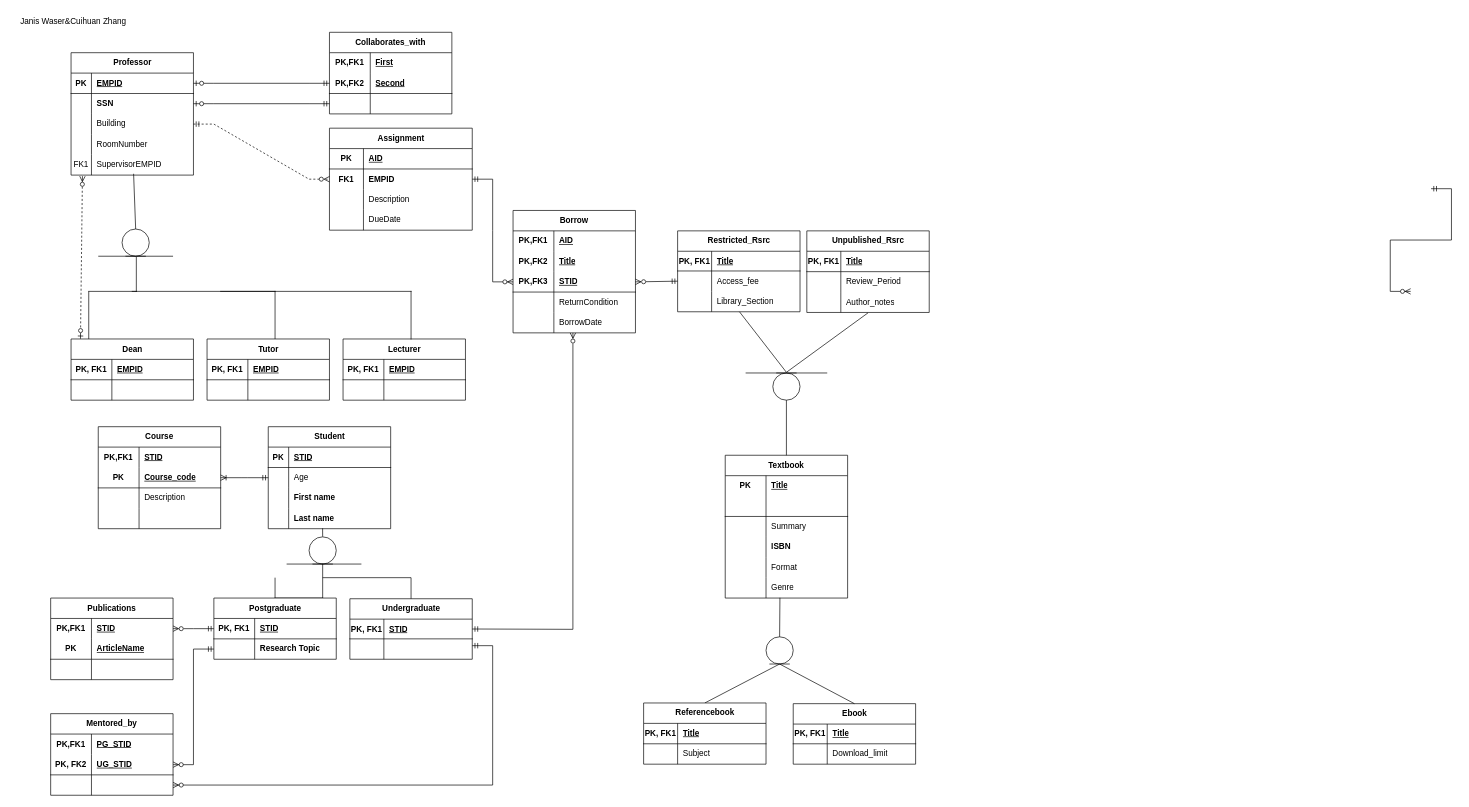
This is Homework2/DM-HW2_Janis_Waser_Cuihan_Zhang.drawio from us-ja/Data_Management, a draw.io file, before an edit. Source tidied: cells renumbered, new cells numbered last; positions are measured from the earlier drawing's top-left corner, leaving out a move shared by most shapes. Both pictures are drawn from the tidied source at 68%, with x=0, y=0 at pixel (3, -8).
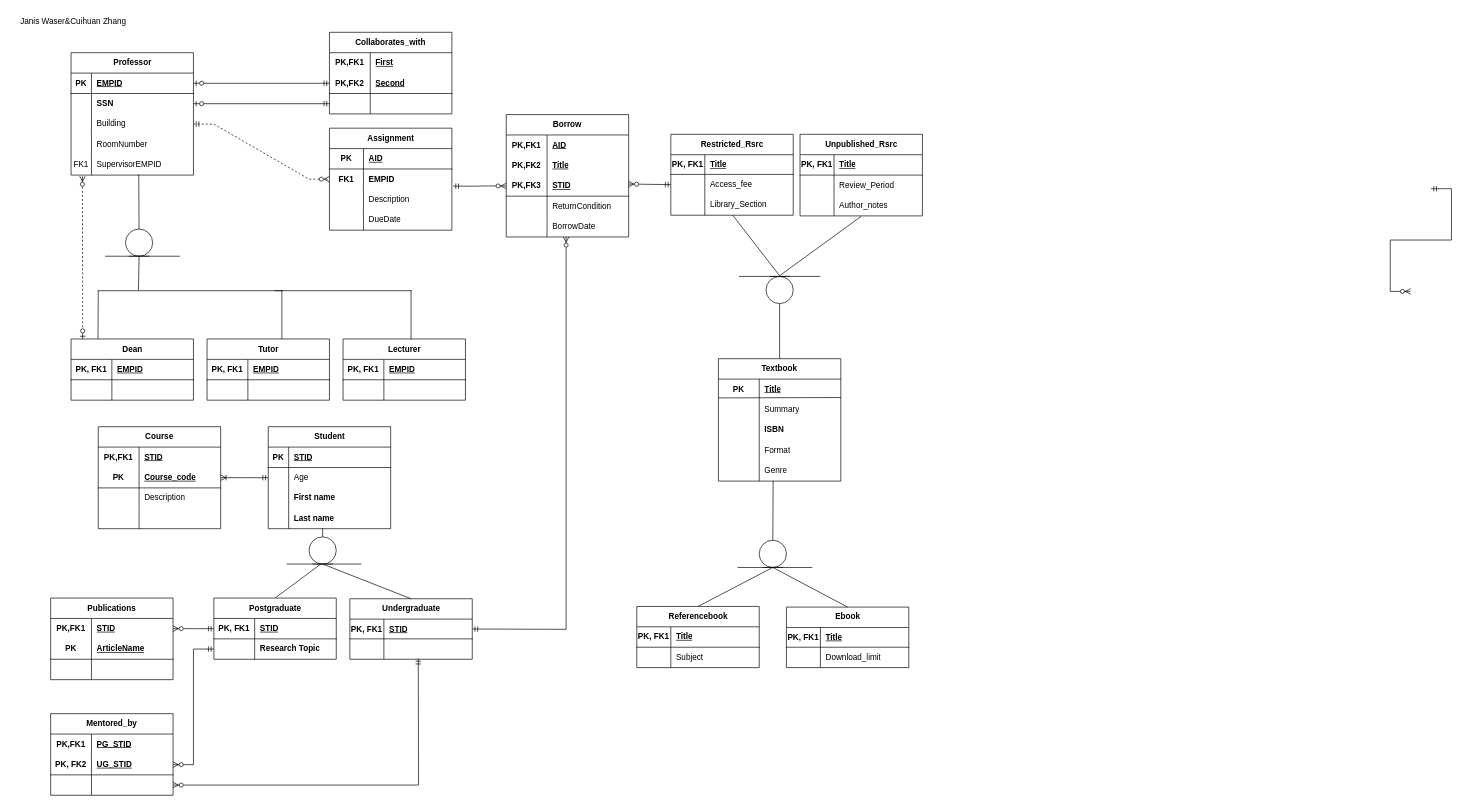
After the change.

Commit message:
small correctiosn and layout

Unchanged cells that the change refers to:
```xml
<mxCell id="28" style="shape=tableRow;horizontal=0;startSize=0;swimlaneHead=0;swimlaneBody=0;fillColor=none;points=[[0,0.5],[1,0.5]];portConstraint=eastwest;top=0;left=0;right=0;bottom=0;" parent="15" vertex="1">
  <mxGeometry y="150" width="180" height="30" as="geometry" />
</mxCell>
<mxCell id="32" value="Undergraduate" style="shape=table;startSize=30;childLayout=tableLayout;rowLines=0;fontStyle=1;align=center;html=1;" parent="1" vertex="1">
  <mxGeometry x="510" y="892" width="180" height="89" as="geometry" />
</mxCell>
<mxCell id="33" style="shape=tableRow;horizontal=0;startSize=0;swimlaneHead=0;swimlaneBody=0;fillColor=none;points=[[0,0.5],[1,0.5]];portConstraint=eastwest;top=0;left=0;right=0;bottom=1;" parent="32" vertex="1">
  <mxGeometry y="30" width="180" height="29" as="geometry" />
</mxCell>
<mxCell id="36" style="shape=tableRow;horizontal=0;startSize=0;swimlaneHead=0;swimlaneBody=0;fillColor=none;points=[[0,0.5],[1,0.5]];portConstraint=eastwest;top=0;left=0;right=0;bottom=0;" parent="32" vertex="1">
  <mxGeometry y="59" width="180" height="30" as="geometry" />
</mxCell>
<mxCell id="40" style="ellipse;shape=umlEntity;whiteSpace=wrap;html=1;" parent="1" vertex="1">
  <mxGeometry x="450" y="801" width="40" height="40" as="geometry" />
</mxCell>
<mxCell id="43" value="Postgraduate" style="shape=table;startSize=30;childLayout=tableLayout;rowLines=0;fontStyle=1;align=center;html=1;" parent="1" vertex="1">
  <mxGeometry x="310" y="891" width="180" height="90" as="geometry" />
</mxCell>
<mxCell id="56" value="Dean" style="shape=table;startSize=30;childLayout=tableLayout;rowLines=0;fontStyle=1;align=center;html=1;" parent="1" vertex="1">
  <mxGeometry x="100" y="510" width="180" height="90" as="geometry" />
</mxCell>
<mxCell id="138" style="shape=tableRow;horizontal=0;startSize=0;swimlaneHead=0;swimlaneBody=0;fillColor=none;points=[[0,0.5],[1,0.5]];portConstraint=eastwest;top=0;left=0;right=0;bottom=1;html=1;" parent="131" vertex="1">
  <mxGeometry y="90" width="180" height="30" as="geometry" />
</mxCell>
<mxCell id="144" style="shape=tableRow;horizontal=0;startSize=0;swimlaneHead=0;swimlaneBody=0;fillColor=none;points=[[0,0.5],[1,0.5]];portConstraint=eastwest;top=0;left=0;right=0;bottom=0;html=1;" parent="131" vertex="1">
  <mxGeometry y="150" width="180" height="30" as="geometry" />
</mxCell>
<mxCell id="148" style="shape=tableRow;horizontal=0;startSize=0;swimlaneHead=0;swimlaneBody=0;fillColor=none;points=[[0,0.5],[1,0.5]];portConstraint=eastwest;top=0;left=0;right=0;bottom=0;html=1;" parent="147" vertex="1">
  <mxGeometry y="30" width="180" height="30" as="geometry" />
</mxCell>
<mxCell id="190" style="shape=tableRow;horizontal=0;startSize=0;swimlaneHead=0;swimlaneBody=0;fillColor=none;points=[[0,0.5],[1,0.5]];portConstraint=eastwest;top=0;left=0;right=0;bottom=0;" parent="186" vertex="1">
  <mxGeometry y="59" width="180" height="30" as="geometry" />
</mxCell>
<mxCell id="193" style="shape=tableRow;horizontal=0;startSize=0;swimlaneHead=0;swimlaneBody=0;fillColor=none;points=[[0,0.5],[1,0.5]];portConstraint=eastwest;top=0;left=0;right=0;bottom=0;" parent="186" vertex="1">
  <mxGeometry y="89" width="180" height="30" as="geometry" />
</mxCell>
<mxCell id="203" style="shape=tableRow;horizontal=0;startSize=0;swimlaneHead=0;swimlaneBody=0;fillColor=none;points=[[0,0.5],[1,0.5]];portConstraint=eastwest;top=0;left=0;right=0;bottom=0;" parent="196" vertex="1">
  <mxGeometry y="90" width="180" height="30" as="geometry" />
</mxCell>
<mxCell id="216" style="shape=tableRow;horizontal=0;startSize=0;swimlaneHead=0;swimlaneBody=0;fillColor=none;points=[[0,0.5],[1,0.5]];portConstraint=eastwest;top=0;left=0;right=0;bottom=0;html=1;" parent="209" vertex="1">
  <mxGeometry y="90" width="180" height="30" as="geometry" />
</mxCell>
```

What changed in the source:
```diff
@@
     <mxCell id="31" style="endArrow=none;html=1;rounded=0;entryX=0.5;entryY=0;entryDx=0;entryDy=0;" parent="1" edge="1" target="43">
       <mxGeometry relative="1" as="geometry">
-        <mxPoint x="400" y="861" as="sourcePoint" />
+        <mxPoint x="470" y="839" as="sourcePoint" />
       </mxGeometry>
     </mxCell>
@@
-    <mxCell id="42" style="shape=partialRectangle;whiteSpace=wrap;html=1;bottom=0;right=0;fillColor=none;direction=west;" parent="1" vertex="1">
-      <mxGeometry x="400" y="841" width="70" height="50" as="geometry" />
-    </mxCell>
@@
-    <mxCell id="50" style="endArrow=none;html=1;rounded=0;entryX=0.5;entryY=0;entryDx=0;entryDy=0;" parent="1" edge="1">
-      <mxGeometry relative="1" as="geometry">
-        <mxPoint x="126" y="440" as="sourcePoint" />
-        <mxPoint x="126" y="510" as="targetPoint" />
-      </mxGeometry>
+    <mxCell id="50" style="endArrow=none;html=1;rounded=0;entryX=0.22;entryY=-0.004;entryDx=0;entryDy=0;exitX=0;exitY=1;exitDx=0;exitDy=0;entryPerimeter=0;" parent="1" edge="1" source="55" target="56">
+      <mxGeometry relative="1" as="geometry" />
     </mxCell>
-    <mxCell id="51" style="endArrow=none;html=1;rounded=0;entryX=0.5;entryY=0;entryDx=0;entryDy=0;exitX=0.511;exitY=0.936;exitDx=0;exitDy=0;exitPerimeter=0;" parent="1" edge="1" source="28" target="52">
+    <mxCell id="51" style="endArrow=none;html=1;rounded=0;entryX=0.5;entryY=0;entryDx=0;entryDy=0;exitX=0.553;exitY=0.972;exitDx=0;exitDy=0;exitPerimeter=0;" parent="1" edge="1" source="28" target="52">
       <mxGeometry relative="1" as="geometry" />
     </mxCell>
     <mxCell id="52" style="ellipse;shape=umlEntity;whiteSpace=wrap;html=1;" parent="1" vertex="1">
-      <mxGeometry x="175" y="348.3" width="40" height="40" as="geometry" />
+      <mxGeometry x="180" y="348.3" width="40" height="40" as="geometry" />
     </mxCell>
     <mxCell id="53" style="endArrow=none;html=1;rounded=0;" parent="1" edge="1">
       <mxGeometry relative="1" as="geometry">
-        <mxPoint x="140" y="388.3" as="sourcePoint" />
-        <mxPoint x="250" y="388.3" as="targetPoint" />
+        <mxPoint x="150" y="388.3" as="sourcePoint" />
+        <mxPoint x="260" y="388.3" as="targetPoint" />
       </mxGeometry>
     </mxCell>
-    <mxCell id="54" style="shape=partialRectangle;whiteSpace=wrap;html=1;bottom=0;right=0;fillColor=none;direction=west;" parent="1" vertex="1">
-      <mxGeometry x="126" y="390" width="70" height="50" as="geometry" />
-    </mxCell>
     <mxCell id="55" style="shape=partialRectangle;whiteSpace=wrap;html=1;bottom=0;right=0;fillColor=none;direction=south;" parent="1" vertex="1">
-      <mxGeometry x="190" y="440" width="210" height="70" as="geometry" />
+      <mxGeometry x="140" y="439" width="270" height="71" as="geometry" />
     </mxCell>
@@
     <mxCell id="77" style="shape=partialRectangle;whiteSpace=wrap;html=1;bottom=0;right=0;fillColor=none;direction=south;" parent="1" vertex="1">
-      <mxGeometry x="320" y="440" width="280" height="70" as="geometry" />
+      <mxGeometry x="400" y="439" width="200" height="71" as="geometry" />
     </mxCell>
@@
-    <mxCell id="93" style="endArrow=none;html=1;rounded=0;entryX=0.5;entryY=0;entryDx=0;entryDy=0;exitX=0;exitY=0;exitDx=0;exitDy=0;" parent="1" edge="1" target="32">
-      <mxGeometry relative="1" as="geometry">
-        <mxPoint x="470" y="861" as="sourcePoint" />
-        <Array as="points">
-          <mxPoint x="600" y="861" />
-        </Array>
-      </mxGeometry>
+    <mxCell id="93" style="endArrow=none;html=1;rounded=0;entryX=0.5;entryY=0;entryDx=0;entryDy=0;exitX=0.5;exitY=1;exitDx=0;exitDy=0;" parent="1" edge="1" source="40" target="32">
+      <mxGeometry relative="1" as="geometry" />
     </mxCell>
@@
     <mxCell id="118" value="Assignment" style="shape=table;startSize=30;childLayout=tableLayout;rowLines=0;fontStyle=1;align=center;html=1;" parent="1" vertex="1">
-      <mxGeometry x="480" y="200" width="210" height="150" as="geometry" />
+      <mxGeometry x="480" y="200" width="180" height="150" as="geometry" />
     </mxCell>
     <mxCell id="119" style="shape=tableRow;horizontal=0;startSize=0;swimlaneHead=0;swimlaneBody=0;fillColor=none;top=0;left=0;right=0;bottom=1;" parent="118" vertex="1">
-      <mxGeometry y="30" width="210" height="30" as="geometry" />
+      <mxGeometry y="30" width="180" height="30" as="geometry" />
     </mxCell>
@@
     <mxCell id="121" value="AID" style="shape=partialRectangle;fillColor=none;top=0;left=0;bottom=0;right=0;align=left;spacingLeft=6;fontStyle=5;overflow=hidden;whiteSpace=wrap;html=1;" parent="119" vertex="1">
-      <mxGeometry x="50" width="160" height="30" as="geometry" />
+      <mxGeometry x="50" width="130" height="30" as="geometry" />
     </mxCell>
     <mxCell id="122" style="shape=tableRow;horizontal=0;startSize=0;swimlaneHead=0;swimlaneBody=0;fillColor=none;points=[[0,0.5],[1,0.5]];portConstraint=eastwest;top=0;left=0;right=0;bottom=0;" parent="118" vertex="1">
-      <mxGeometry y="60" width="210" height="30" as="geometry" />
+      <mxGeometry y="60" width="180" height="30" as="geometry" />
     </mxCell>
@@
     <mxCell id="124" value="&lt;b&gt;EMPID&lt;/b&gt;" style="shape=partialRectangle;fillColor=none;top=0;left=0;bottom=0;right=0;align=left;spacingLeft=6;overflow=hidden;whiteSpace=wrap;html=1;" parent="122" vertex="1">
-      <mxGeometry x="50" width="160" height="30" as="geometry" />
+      <mxGeometry x="50" width="130" height="30" as="geometry" />
     </mxCell>
     <mxCell id="125" style="shape=tableRow;horizontal=0;startSize=0;swimlaneHead=0;swimlaneBody=0;fillColor=none;top=0;left=0;right=0;bottom=0;" parent="118" vertex="1">
-      <mxGeometry y="90" width="210" height="30" as="geometry" />
+      <mxGeometry y="90" width="180" height="30" as="geometry" />
     </mxCell>
@@
     <mxCell id="127" value="Description" style="shape=partialRectangle;fillColor=none;top=0;left=0;bottom=0;right=0;align=left;spacingLeft=6;overflow=hidden;whiteSpace=wrap;html=1;" parent="125" vertex="1">
-      <mxGeometry x="50" width="160" height="30" as="geometry" />
+      <mxGeometry x="50" width="130" height="30" as="geometry" />
     </mxCell>
     <mxCell id="128" style="shape=tableRow;horizontal=0;startSize=0;swimlaneHead=0;swimlaneBody=0;fillColor=none;top=0;left=0;right=0;bottom=0;" parent="118" vertex="1">
-      <mxGeometry y="120" width="210" height="30" as="geometry" />
+      <mxGeometry y="120" width="180" height="30" as="geometry" />
     </mxCell>
@@
     <mxCell id="130" value="DueDate" style="shape=partialRectangle;fillColor=none;top=0;left=0;bottom=0;right=0;align=left;spacingLeft=6;overflow=hidden;whiteSpace=wrap;html=1;" parent="128" vertex="1">
-      <mxGeometry x="50" width="160" height="30" as="geometry" />
+      <mxGeometry x="50" width="130" height="30" as="geometry" />
     </mxCell>
     <mxCell id="131" value="Borrow" style="shape=table;startSize=30;childLayout=tableLayout;rowLines=0;fontStyle=1;align=center;html=1;whiteSpace=wrap;" parent="1" vertex="1">
-      <mxGeometry x="750" y="321" width="180" height="180" as="geometry" />
+      <mxGeometry x="740" y="180" width="180" height="180" as="geometry" />
     </mxCell>
@@
     <mxCell id="147" value="Textbook" style="shape=table;startSize=30;childLayout=tableLayout;rowLines=0;fontStyle=1;align=center;html=1;whiteSpace=wrap;" parent="1" vertex="1">
-      <mxGeometry x="1062" y="681" width="180" height="210" as="geometry" />
+      <mxGeometry x="1052" y="539" width="180" height="180" as="geometry" />
     </mxCell>
@@
-    <mxCell id="151" style="shape=tableRow;horizontal=0;startSize=0;swimlaneHead=0;swimlaneBody=0;fillColor=none;top=0;left=0;right=0;bottom=1;html=1;" parent="147" vertex="1">
-      <mxGeometry y="60" width="180" height="30" as="geometry" />
-    </mxCell>
-    <mxCell id="152" style="shape=partialRectangle;fillColor=none;top=0;left=0;bottom=0;right=0;fontStyle=1;overflow=hidden;html=1;whiteSpace=wrap;" parent="151" vertex="1">
-      <mxGeometry width="60" height="30" as="geometry" />
-    </mxCell>
-    <mxCell id="153" style="shape=partialRectangle;fillColor=none;top=0;left=0;bottom=0;right=0;align=left;spacingLeft=6;fontStyle=5;overflow=hidden;html=1;whiteSpace=wrap;" parent="151" vertex="1">
-      <mxGeometry x="60" width="120" height="30" as="geometry" />
-    </mxCell>
     <mxCell id="154" style="shape=tableRow;horizontal=0;startSize=0;swimlaneHead=0;swimlaneBody=0;fillColor=none;points=[[0,0.5],[1,0.5]];portConstraint=eastwest;top=0;left=0;right=0;bottom=0;html=1;" parent="147" vertex="1">
-      <mxGeometry y="90" width="180" height="30" as="geometry" />
+      <mxGeometry y="60" width="180" height="30" as="geometry" />
     </mxCell>
@@
     <mxCell id="157" style="shape=tableRow;horizontal=0;startSize=0;swimlaneHead=0;swimlaneBody=0;fillColor=none;top=0;left=0;right=0;bottom=0;html=1;" parent="147" vertex="1">
-      <mxGeometry y="120" width="180" height="30" as="geometry" />
+      <mxGeometry y="90" width="180" height="30" as="geometry" />
     </mxCell>
@@
     <mxCell id="160" style="shape=tableRow;horizontal=0;startSize=0;swimlaneHead=0;swimlaneBody=0;fillColor=none;top=0;left=0;right=0;bottom=0;html=1;" parent="147" vertex="1">
-      <mxGeometry y="150" width="180" height="30" as="geometry" />
+      <mxGeometry y="120" width="180" height="30" as="geometry" />
     </mxCell>
@@
     <mxCell id="163" style="shape=tableRow;horizontal=0;startSize=0;swimlaneHead=0;swimlaneBody=0;fillColor=none;points=[[0,0.5],[1,0.5]];portConstraint=eastwest;top=0;left=0;right=0;bottom=0;html=1;" parent="147" vertex="1">
-      <mxGeometry y="180" width="180" height="30" as="geometry" />
+      <mxGeometry y="150" width="180" height="30" as="geometry" />
     </mxCell>
@@
+    <mxCell id="226" style="endArrow=none;html=1;rounded=0;exitX=0.001;exitY=-0.078;exitDx=0;exitDy=0;exitPerimeter=0;entryX=1.001;entryY=0.902;entryDx=0;entryDy=0;entryPerimeter=0;" parent="147" edge="1" source="154" target="148">
+      <mxGeometry relative="1" as="geometry" />
+    </mxCell>
     <mxCell id="166" style="ellipse;shape=umlEntity;whiteSpace=wrap;html=1;" parent="1" vertex="1">
-      <mxGeometry x="1122" y="948" width="40" height="40" as="geometry" />
+      <mxGeometry x="1112" y="806" width="40" height="40" as="geometry" />
     </mxCell>
@@
     <mxCell id="169" value="Ebook" style="shape=table;startSize=30;childLayout=tableLayout;rowLines=0;fontStyle=1;align=center;html=1;" parent="1" vertex="1">
-      <mxGeometry x="1162" y="1046.3" width="180" height="89" as="geometry" />
+      <mxGeometry x="1152" y="904.3" width="180" height="89" as="geometry" />
     </mxCell>
@@
     <mxCell id="176" value="Referencebook" style="shape=table;startSize=30;childLayout=tableLayout;rowLines=0;fontStyle=1;align=center;html=1;" parent="1" vertex="1">
-      <mxGeometry x="942" y="1045.3" width="180" height="90" as="geometry" />
+      <mxGeometry x="932" y="903.3" width="180" height="90" as="geometry" />
     </mxCell>
@@
     <mxCell id="184" style="ellipse;shape=umlEntity;whiteSpace=wrap;html=1;direction=west;" parent="1" vertex="1">
-      <mxGeometry x="1132" y="560" width="40" height="40" as="geometry" />
+      <mxGeometry x="1122" y="418" width="40" height="40" as="geometry" />
     </mxCell>
     <mxCell id="185" style="endArrow=none;html=1;rounded=0;" parent="1" edge="1">
       <mxGeometry relative="1" as="geometry">
-        <mxPoint x="1212" y="560" as="sourcePoint" />
-        <mxPoint x="1092" y="560" as="targetPoint" />
+        <mxPoint x="1202" y="418" as="sourcePoint" />
+        <mxPoint x="1082" y="418" as="targetPoint" />
       </mxGeometry>
     </mxCell>
     <mxCell id="186" value="Restricted_Rsrc" style="shape=table;startSize=30;childLayout=tableLayout;rowLines=0;fontStyle=1;align=center;html=1;direction=east;" parent="1" vertex="1">
-      <mxGeometry x="992" y="351" width="180" height="119" as="geometry" />
+      <mxGeometry x="982" y="209" width="180" height="119" as="geometry" />
     </mxCell>
@@
     <mxCell id="196" value="Unpublished_Rsrc" style="shape=table;startSize=30;childLayout=tableLayout;rowLines=0;fontStyle=1;align=center;html=1;direction=east;" parent="1" vertex="1">
-      <mxGeometry x="1182" y="351" width="180" height="120" as="geometry" />
+      <mxGeometry x="1172" y="209" width="180" height="120" as="geometry" />
     </mxCell>
@@
-    <mxCell id="207" style="edgeStyle=entityRelationEdgeStyle;fontSize=12;html=1;endArrow=ERzeroToMany;startArrow=ERmandOne;rounded=0;exitX=1;exitY=0.5;exitDx=0;exitDy=0;entryX=0;entryY=0.5;entryDx=0;entryDy=0;" parent="1" edge="1" source="122" target="138">
+    <mxCell id="207" style="edgeStyle=entityRelationEdgeStyle;fontSize=12;html=1;endArrow=ERzeroToMany;startArrow=ERmandOne;rounded=0;exitX=1.01;exitY=0.843;exitDx=0;exitDy=0;entryX=0;entryY=0.5;entryDx=0;entryDy=0;exitPerimeter=0;" parent="1" edge="1" source="122" target="138">
       <mxGeometry relative="1" as="geometry">
         <Array as="points">
           <mxPoint x="790" y="441" />
         </Array>
       </mxGeometry>
     </mxCell>
@@
-    <mxCell id="219" style="edgeStyle=entityRelationEdgeStyle;fontSize=12;html=1;endArrow=ERzeroToMany;startArrow=ERmandOne;rounded=0;entryX=1;entryY=0.5;entryDx=0;entryDy=0;" parent="1" edge="1" target="216">
-      <mxGeometry relative="1" as="geometry">
-        <mxPoint x="690" y="961" as="sourcePoint" />
-        <Array as="points">
-          <mxPoint x="592" y="1079" />
-        </Array>
-      </mxGeometry>
-    </mxCell>
@@
-    <mxCell id="221" style="endArrow=ERmandOne;html=1;rounded=0;exitX=1;exitY=0.5;exitDx=0;exitDy=0;entryX=0;entryY=0.5;entryDx=0;entryDy=0;endFill=0;startArrow=ERzeroToMany;startFill=0;" parent="1" edge="1" source="138" target="190">
+    <mxCell id="221" style="endArrow=ERmandOne;html=1;rounded=0;entryX=0;entryY=0.5;entryDx=0;entryDy=0;endFill=0;startArrow=ERzeroToMany;startFill=0;exitX=0.998;exitY=0.406;exitDx=0;exitDy=0;exitPerimeter=0;" parent="1" edge="1" source="138" target="190">
       <mxGeometry relative="1" as="geometry" />
     </mxCell>
     <mxCell id="222" style="endArrow=none;html=1;rounded=0;entryX=0.505;entryY=0.997;entryDx=0;entryDy=0;entryPerimeter=0;" parent="1" edge="1" target="193">
       <mxGeometry relative="1" as="geometry">
-        <mxPoint x="1152" y="559" as="sourcePoint" />
+        <mxPoint x="1142" y="417" as="sourcePoint" />
       </mxGeometry>
     </mxCell>
     <mxCell id="223" style="endArrow=none;html=1;rounded=0;entryX=0.5;entryY=1.019;entryDx=0;entryDy=0;entryPerimeter=0;" parent="1" edge="1" target="203">
       <mxGeometry relative="1" as="geometry">
-        <mxPoint x="1152" y="559" as="sourcePoint" />
+        <mxPoint x="1142" y="417" as="sourcePoint" />
       </mxGeometry>
     </mxCell>
     <mxCell id="224" style="endArrow=ERzeroToMany;html=1;rounded=0;entryX=0.489;entryY=1.002;entryDx=0;entryDy=0;entryPerimeter=0;exitX=1;exitY=0.5;exitDx=0;exitDy=0;startArrow=ERmandOne;startFill=0;endFill=0;" parent="1" edge="1" source="33" target="144">
       <mxGeometry relative="1" as="geometry">
         <Array as="points">
-          <mxPoint x="838" y="937" />
+          <mxPoint x="828" y="937" />
         </Array>
       </mxGeometry>
     </mxCell>
-    <mxCell id="225" style="endArrow=ERzeroToOne;html=1;rounded=0;exitX=0.093;exitY=1.051;exitDx=0;exitDy=0;exitPerimeter=0;entryX=0.077;entryY=-0.004;entryDx=0;entryDy=0;entryPerimeter=0;endFill=0;startArrow=ERzeroToMany;startFill=0;dashed=1;" parent="1" edge="1" source="28" target="56">
-      <mxGeometry relative="1" as="geometry" />
+    <mxCell id="225" style="endArrow=ERzeroToOne;html=1;rounded=0;exitX=0.093;exitY=1.051;exitDx=0;exitDy=0;exitPerimeter=0;endFill=0;startArrow=ERzeroToMany;startFill=0;dashed=1;" parent="1" edge="1" source="28">
+      <mxGeometry relative="1" as="geometry">
+        <mxPoint x="117" y="510" as="targetPoint" />
+      </mxGeometry>
     </mxCell>
+    <mxCell id="227" style="endArrow=none;html=1;rounded=0;" parent="1" edge="1">
+      <mxGeometry relative="1" as="geometry">
+        <mxPoint x="1080" y="846" as="sourcePoint" />
+        <mxPoint x="1190" y="846" as="targetPoint" />
+      </mxGeometry>
+    </mxCell>
+    <mxCell id="228" style="endArrow=none;html=1;rounded=0;entryX=0.5;entryY=1;entryDx=0;entryDy=0;exitX=-0.012;exitY=0.781;exitDx=0;exitDy=0;exitPerimeter=0;" parent="1" edge="1" source="55" target="52">
+      <mxGeometry relative="1" as="geometry" />
+    </mxCell>
+    <mxCell id="229" style="endArrow=ERmandOne;html=1;rounded=0;entryX=0.559;entryY=0.963;entryDx=0;entryDy=0;entryPerimeter=0;exitX=1;exitY=0.5;exitDx=0;exitDy=0;endFill=0;startArrow=ERzeroToMany;startFill=0;" parent="1" edge="1" source="216" target="36">
+      <mxGeometry relative="1" as="geometry">
+        <Array as="points">
+          <mxPoint x="611" y="1166" />
+        </Array>
+      </mxGeometry>
+    </mxCell>
```
